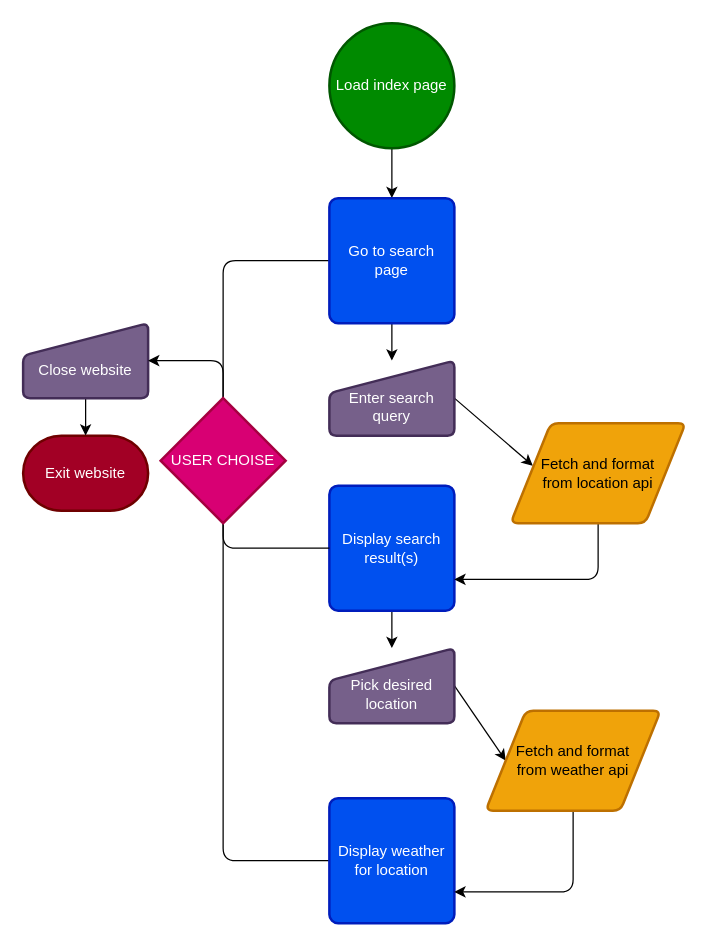
The draw.io diagram resources/uml/flow.drawio in Myrstad/IT2-norway-weather, before the edit. Source tidied: cells renumbered, new cells numbered last; positions are measured from the earlier drawing's top-left corner, leaving out a move shared by most shapes. Both pictures are drawn from the tidied source at 125%, with x=0, y=0 at pixel (22, 22).
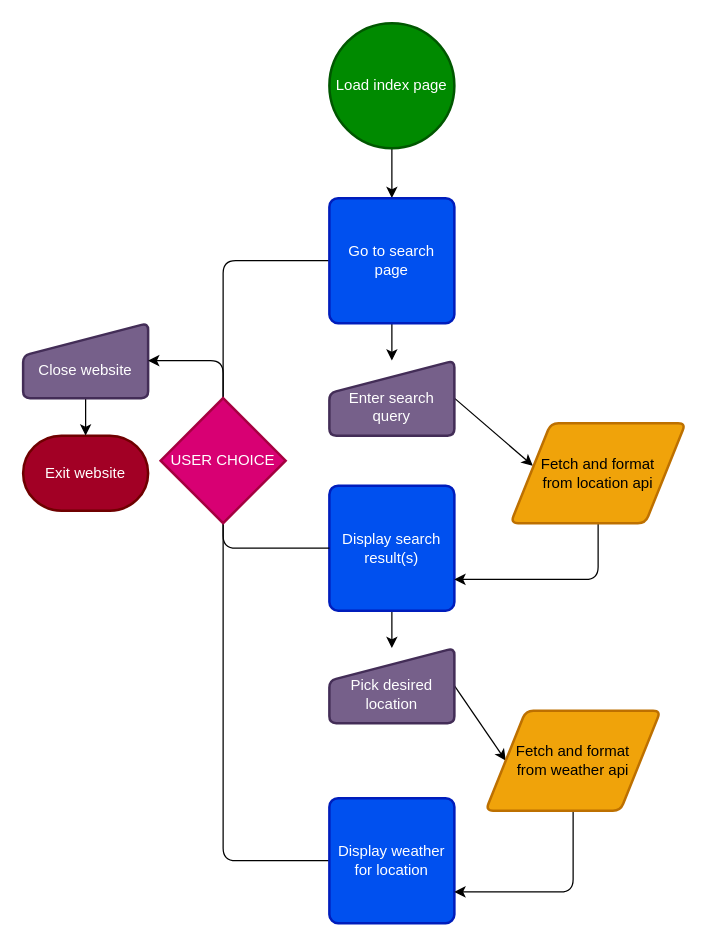
Above is the later version.

The edit, as a diff of the source:
```diff
@@
-    <mxCell id="24" value="USER CHOISE" style="strokeWidth=2;html=1;shape=mxgraph.flowchart.decision;whiteSpace=wrap;fillColor=#d80073;fontColor=#ffffff;strokeColor=#A50040;" parent="1" vertex="1">
+    <mxCell id="24" value="USER CHOICE" style="strokeWidth=2;html=1;shape=mxgraph.flowchart.decision;whiteSpace=wrap;fillColor=#d80073;fontColor=#ffffff;strokeColor=#A50040;" parent="1" vertex="1">
       <mxGeometry x="110" y="300" width="100" height="100" as="geometry" />
     </mxCell>
```
